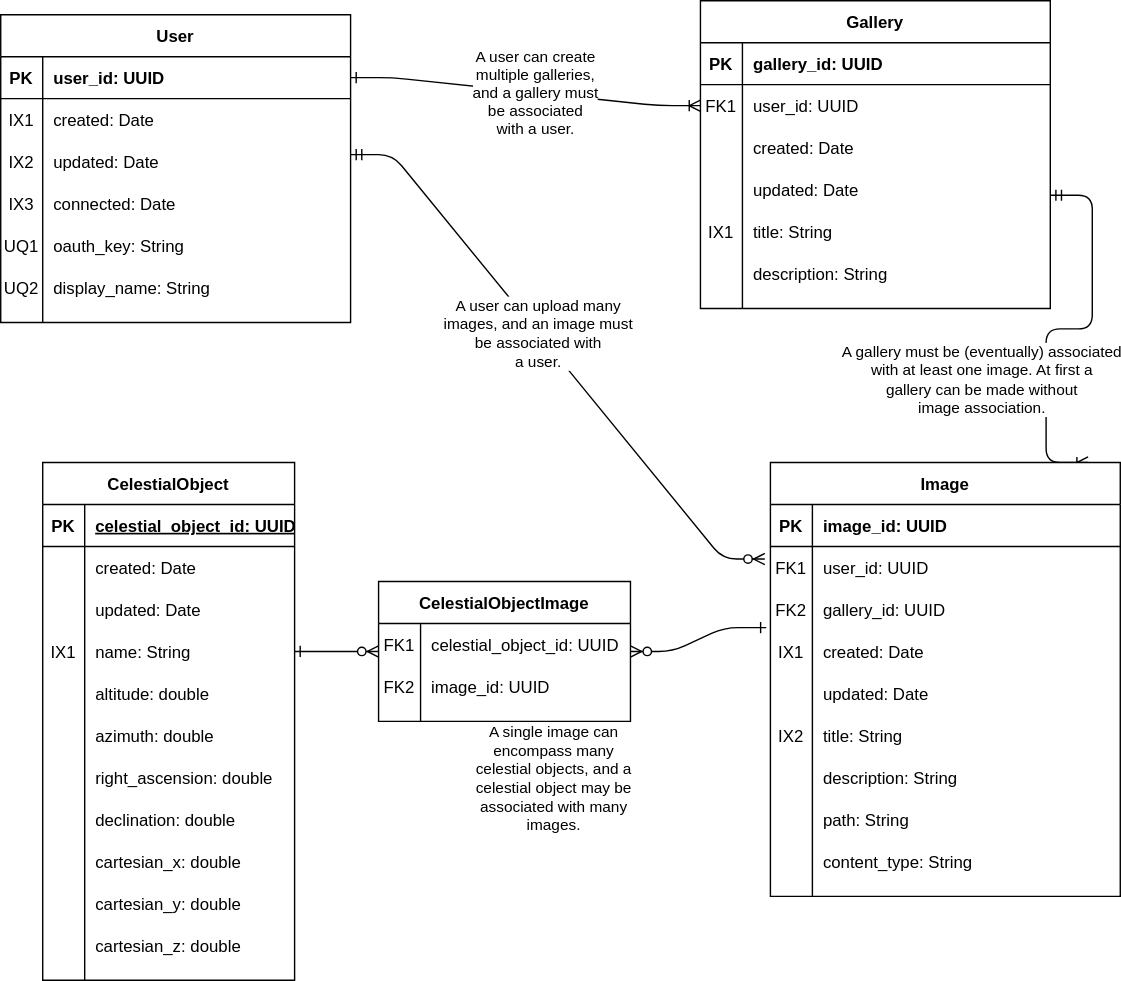
Earlier version of the draw.io export docs/img/erd.svg (north-star-sharing/north-star-sharing.github.io). Source tidied: cells renumbered, new cells last; positions are measured from the earlier drawing's top-left corner, leaving out a move shared by most shapes.
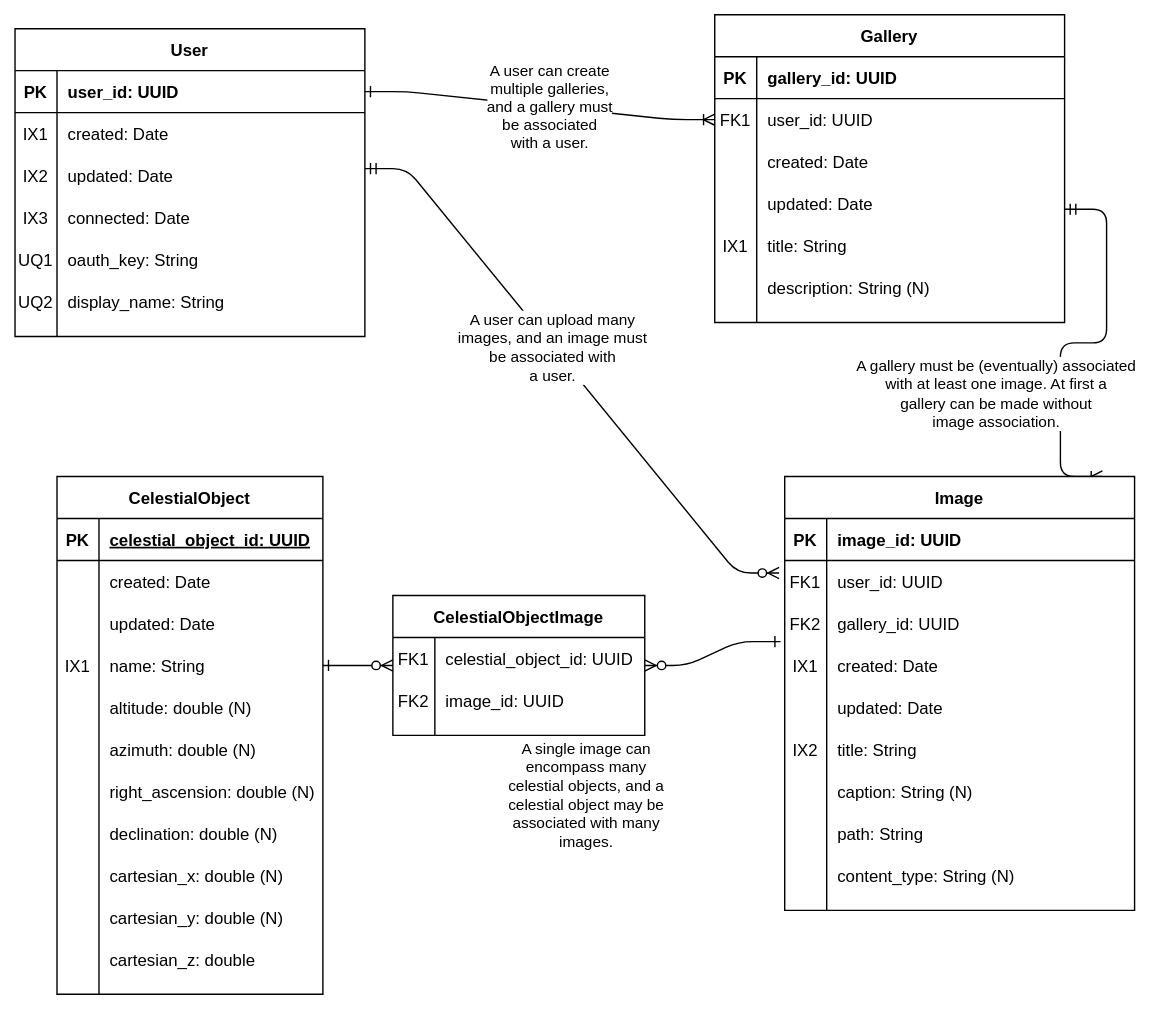
Later version of the same file.

Change to the diagram source:
```diff
@@ -73,7 +73,7 @@
     <mxCell id="23" style="shape=partialRectangle;overflow=hidden;fillColor=none;top=0;left=0;bottom=0;right=0;" parent="22" vertex="1">
       <mxGeometry width="30" height="30" as="geometry" />
     </mxCell>
-    <mxCell id="24" value="description: String" style="shape=partialRectangle;overflow=hidden;fillColor=none;top=0;left=0;bottom=0;right=0;align=left;spacingLeft=6;" parent="22" vertex="1">
+    <mxCell id="24" value="description: String (N)" style="shape=partialRectangle;overflow=hidden;fillColor=none;top=0;left=0;bottom=0;right=0;align=left;spacingLeft=6;" parent="22" vertex="1">
       <mxGeometry x="30" width="220" height="30" as="geometry" />
     </mxCell>
     <mxCell id="25" value="Image" style="shape=table;startSize=30;rowLines=0;fontStyle=1;align=center;" parent="1" vertex="1">
@@ -139,7 +139,7 @@
     <mxCell id="45" style="shape=partialRectangle;overflow=hidden;fillColor=none;top=0;left=0;bottom=0;right=0;" parent="44" vertex="1">
       <mxGeometry width="30" height="30" as="geometry" />
     </mxCell>
-    <mxCell id="46" value="description: String" style="shape=partialRectangle;overflow=hidden;fillColor=none;top=0;left=0;bottom=0;right=0;align=left;spacingLeft=6;" parent="44" vertex="1">
+    <mxCell id="46" value="caption: String (N)" style="shape=partialRectangle;overflow=hidden;fillColor=none;top=0;left=0;bottom=0;right=0;align=left;spacingLeft=6;" parent="44" vertex="1">
       <mxGeometry x="30" width="220" height="30" as="geometry" />
     </mxCell>
     <mxCell id="47" style="shape=partialRectangle;fillColor=none;top=0;left=0;right=0;bottom=0;" parent="25" vertex="1">
@@ -157,7 +157,7 @@
     <mxCell id="51" style="shape=partialRectangle;overflow=hidden;fillColor=none;top=0;left=0;bottom=0;right=0;" parent="50" vertex="1">
       <mxGeometry width="30" height="30" as="geometry" />
     </mxCell>
-    <mxCell id="52" value="content_type: String" style="shape=partialRectangle;overflow=hidden;fillColor=none;top=0;left=0;bottom=0;right=0;align=left;spacingLeft=6;" parent="50" vertex="1">
+    <mxCell id="52" value="content_type: String (N)" style="shape=partialRectangle;overflow=hidden;fillColor=none;top=0;left=0;bottom=0;right=0;align=left;spacingLeft=6;" parent="50" vertex="1">
       <mxGeometry x="30" width="220" height="30" as="geometry" />
     </mxCell>
     <mxCell id="53" value="User" style="shape=table;startSize=30;rowLines=0;fontStyle=1;align=center;" parent="1" vertex="1">
@@ -226,106 +226,106 @@
       <mxGeometry x="-0.11" relative="1" as="geometry" />
     </mxCell>
     <mxCell id="74" value="CelestialObject" style="shape=table;startSize=30;rowLines=0;fontStyle=1;align=center;" parent="1" vertex="1">
-      <mxGeometry x="30" y="330" width="180" height="370" as="geometry" />
+      <mxGeometry x="30" y="330" width="190" height="370" as="geometry" />
     </mxCell>
     <mxCell id="75" style="shape=partialRectangle;fillColor=none;top=0;left=0;bottom=1;right=0;" parent="74" vertex="1">
-      <mxGeometry y="30" width="180" height="30" as="geometry" />
+      <mxGeometry y="30" width="190" height="30" as="geometry" />
     </mxCell>
     <mxCell id="76" value="PK" style="shape=partialRectangle;fillColor=none;top=0;left=0;bottom=0;right=0;fontStyle=1;overflow=hidden;" parent="75" vertex="1">
       <mxGeometry width="30" height="30" as="geometry" />
     </mxCell>
     <mxCell id="77" value="celestial_object_id: UUID" style="shape=partialRectangle;fillColor=none;top=0;left=0;bottom=0;right=0;align=left;spacingLeft=6;fontStyle=5;overflow=hidden;" parent="75" vertex="1">
-      <mxGeometry x="30" width="150" height="30" as="geometry" />
+      <mxGeometry x="30" width="160" height="30" as="geometry" />
     </mxCell>
     <mxCell id="78" style="shape=partialRectangle;fillColor=none;top=0;left=0;right=0;bottom=0;" parent="74" vertex="1">
-      <mxGeometry y="60" width="180" height="30" as="geometry" />
+      <mxGeometry y="60" width="190" height="30" as="geometry" />
     </mxCell>
     <mxCell id="79" style="shape=partialRectangle;overflow=hidden;fillColor=none;top=0;left=0;bottom=0;right=0;" parent="78" vertex="1">
       <mxGeometry width="30" height="30" as="geometry" />
     </mxCell>
     <mxCell id="80" value="created: Date" style="shape=partialRectangle;overflow=hidden;fillColor=none;top=0;left=0;bottom=0;right=0;align=left;spacingLeft=6;" parent="78" vertex="1">
-      <mxGeometry x="30" width="150" height="30" as="geometry" />
+      <mxGeometry x="30" width="160" height="30" as="geometry" />
     </mxCell>
     <mxCell id="81" style="shape=partialRectangle;fillColor=none;top=0;left=0;right=0;bottom=0;" parent="74" vertex="1">
-      <mxGeometry y="90" width="180" height="30" as="geometry" />
+      <mxGeometry y="90" width="190" height="30" as="geometry" />
     </mxCell>
     <mxCell id="82" style="shape=partialRectangle;overflow=hidden;fillColor=none;top=0;left=0;bottom=0;right=0;" parent="81" vertex="1">
       <mxGeometry width="30" height="30" as="geometry" />
     </mxCell>
     <mxCell id="83" value="updated: Date" style="shape=partialRectangle;overflow=hidden;fillColor=none;top=0;left=0;bottom=0;right=0;align=left;spacingLeft=6;" parent="81" vertex="1">
-      <mxGeometry x="30" width="150" height="30" as="geometry" />
+      <mxGeometry x="30" width="160" height="30" as="geometry" />
     </mxCell>
     <mxCell id="84" style="shape=partialRectangle;fillColor=none;top=0;left=0;bottom=0;right=0;points=[[0,0.5],[1,0.5]];portConstraint=eastwest;" parent="74" vertex="1">
-      <mxGeometry y="120" width="180" height="30" as="geometry" />
+      <mxGeometry y="120" width="190" height="30" as="geometry" />
     </mxCell>
     <mxCell id="85" value="IX1" style="shape=partialRectangle;fillColor=none;top=0;left=0;bottom=0;right=0;overflow=hidden;" parent="84" vertex="1">
       <mxGeometry width="30" height="30" as="geometry" />
     </mxCell>
     <mxCell id="86" value="name: String" style="shape=partialRectangle;fillColor=none;top=0;left=0;bottom=0;right=0;align=left;spacingLeft=6;overflow=hidden;" parent="84" vertex="1">
-      <mxGeometry x="30" width="150" height="30" as="geometry" />
+      <mxGeometry x="30" width="160" height="30" as="geometry" />
     </mxCell>
     <mxCell id="87" style="shape=partialRectangle;fillColor=none;top=0;left=0;right=0;bottom=0;" parent="74" vertex="1">
-      <mxGeometry y="150" width="180" height="30" as="geometry" />
+      <mxGeometry y="150" width="190" height="30" as="geometry" />
     </mxCell>
     <mxCell id="88" style="shape=partialRectangle;overflow=hidden;fillColor=none;top=0;left=0;bottom=0;right=0;" parent="87" vertex="1">
       <mxGeometry width="30" height="30" as="geometry" />
     </mxCell>
-    <mxCell id="89" value="altitude: double" style="shape=partialRectangle;overflow=hidden;fillColor=none;top=0;left=0;bottom=0;right=0;align=left;spacingLeft=6;" parent="87" vertex="1">
-      <mxGeometry x="30" width="150" height="30" as="geometry" />
+    <mxCell id="89" value="altitude: double (N)" style="shape=partialRectangle;overflow=hidden;fillColor=none;top=0;left=0;bottom=0;right=0;align=left;spacingLeft=6;" parent="87" vertex="1">
+      <mxGeometry x="30" width="160" height="30" as="geometry" />
     </mxCell>
     <mxCell id="90" style="shape=partialRectangle;fillColor=none;top=0;left=0;right=0;bottom=0;" parent="74" vertex="1">
-      <mxGeometry y="180" width="180" height="30" as="geometry" />
+      <mxGeometry y="180" width="190" height="30" as="geometry" />
     </mxCell>
     <mxCell id="91" style="shape=partialRectangle;overflow=hidden;fillColor=none;top=0;left=0;bottom=0;right=0;" parent="90" vertex="1">
       <mxGeometry width="30" height="30" as="geometry" />
     </mxCell>
-    <mxCell id="92" value="azimuth: double" style="shape=partialRectangle;overflow=hidden;fillColor=none;top=0;left=0;bottom=0;right=0;align=left;spacingLeft=6;" parent="90" vertex="1">
-      <mxGeometry x="30" width="150" height="30" as="geometry" />
+    <mxCell id="92" value="azimuth: double (N)" style="shape=partialRectangle;overflow=hidden;fillColor=none;top=0;left=0;bottom=0;right=0;align=left;spacingLeft=6;" parent="90" vertex="1">
+      <mxGeometry x="30" width="160" height="30" as="geometry" />
     </mxCell>
     <mxCell id="93" style="shape=partialRectangle;fillColor=none;top=0;left=0;right=0;bottom=0;" parent="74" vertex="1">
-      <mxGeometry y="210" width="180" height="30" as="geometry" />
+      <mxGeometry y="210" width="190" height="30" as="geometry" />
     </mxCell>
     <mxCell id="94" style="shape=partialRectangle;overflow=hidden;fillColor=none;top=0;left=0;bottom=0;right=0;" parent="93" vertex="1">
       <mxGeometry width="30" height="30" as="geometry" />
     </mxCell>
-    <mxCell id="95" value="right_ascension: double" style="shape=partialRectangle;overflow=hidden;fillColor=none;top=0;left=0;bottom=0;right=0;align=left;spacingLeft=6;" parent="93" vertex="1">
-      <mxGeometry x="30" width="150" height="30" as="geometry" />
+    <mxCell id="95" value="right_ascension: double (N)" style="shape=partialRectangle;overflow=hidden;fillColor=none;top=0;left=0;bottom=0;right=0;align=left;spacingLeft=6;" parent="93" vertex="1">
+      <mxGeometry x="30" width="160" height="30" as="geometry" />
     </mxCell>
     <mxCell id="96" style="shape=partialRectangle;fillColor=none;top=0;left=0;right=0;bottom=0;" parent="74" vertex="1">
-      <mxGeometry y="240" width="180" height="30" as="geometry" />
+      <mxGeometry y="240" width="190" height="30" as="geometry" />
     </mxCell>
     <mxCell id="97" style="shape=partialRectangle;overflow=hidden;fillColor=none;top=0;left=0;bottom=0;right=0;" parent="96" vertex="1">
       <mxGeometry width="30" height="30" as="geometry" />
     </mxCell>
-    <mxCell id="98" value="declination: double" style="shape=partialRectangle;overflow=hidden;fillColor=none;top=0;left=0;bottom=0;right=0;align=left;spacingLeft=6;" parent="96" vertex="1">
-      <mxGeometry x="30" width="150" height="30" as="geometry" />
+    <mxCell id="98" value="declination: double (N)" style="shape=partialRectangle;overflow=hidden;fillColor=none;top=0;left=0;bottom=0;right=0;align=left;spacingLeft=6;" parent="96" vertex="1">
+      <mxGeometry x="30" width="160" height="30" as="geometry" />
     </mxCell>
     <mxCell id="99" style="shape=partialRectangle;fillColor=none;top=0;left=0;right=0;bottom=0;" parent="74" vertex="1">
-      <mxGeometry y="270" width="180" height="30" as="geometry" />
+      <mxGeometry y="270" width="190" height="30" as="geometry" />
     </mxCell>
     <mxCell id="100" style="shape=partialRectangle;overflow=hidden;fillColor=none;top=0;left=0;bottom=0;right=0;" parent="99" vertex="1">
       <mxGeometry width="30" height="30" as="geometry" />
     </mxCell>
-    <mxCell id="101" value="cartesian_x: double" style="shape=partialRectangle;overflow=hidden;fillColor=none;top=0;left=0;bottom=0;right=0;align=left;spacingLeft=6;" parent="99" vertex="1">
-      <mxGeometry x="30" width="150" height="30" as="geometry" />
+    <mxCell id="101" value="cartesian_x: double (N)" style="shape=partialRectangle;overflow=hidden;fillColor=none;top=0;left=0;bottom=0;right=0;align=left;spacingLeft=6;" parent="99" vertex="1">
+      <mxGeometry x="30" width="160" height="30" as="geometry" />
     </mxCell>
     <mxCell id="102" style="shape=partialRectangle;fillColor=none;top=0;left=0;right=0;bottom=0;" parent="74" vertex="1">
-      <mxGeometry y="300" width="180" height="30" as="geometry" />
+      <mxGeometry y="300" width="190" height="30" as="geometry" />
     </mxCell>
     <mxCell id="103" style="shape=partialRectangle;overflow=hidden;fillColor=none;top=0;left=0;bottom=0;right=0;" parent="102" vertex="1">
       <mxGeometry width="30" height="30" as="geometry" />
     </mxCell>
-    <mxCell id="104" value="cartesian_y: double" style="shape=partialRectangle;overflow=hidden;fillColor=none;top=0;left=0;bottom=0;right=0;align=left;spacingLeft=6;" parent="102" vertex="1">
-      <mxGeometry x="30" width="150" height="30" as="geometry" />
+    <mxCell id="104" value="cartesian_y: double (N)" style="shape=partialRectangle;overflow=hidden;fillColor=none;top=0;left=0;bottom=0;right=0;align=left;spacingLeft=6;" parent="102" vertex="1">
+      <mxGeometry x="30" width="160" height="30" as="geometry" />
     </mxCell>
     <mxCell id="105" style="shape=partialRectangle;fillColor=none;top=0;left=0;right=0;bottom=0;" parent="74" vertex="1">
-      <mxGeometry y="330" width="180" height="30" as="geometry" />
+      <mxGeometry y="330" width="190" height="30" as="geometry" />
     </mxCell>
     <mxCell id="106" style="shape=partialRectangle;overflow=hidden;fillColor=none;top=0;left=0;bottom=0;right=0;" parent="105" vertex="1">
       <mxGeometry width="30" height="30" as="geometry" />
     </mxCell>
     <mxCell id="107" value="cartesian_z: double" style="shape=partialRectangle;overflow=hidden;fillColor=none;top=0;left=0;bottom=0;right=0;align=left;spacingLeft=6;" parent="105" vertex="1">
-      <mxGeometry x="30" width="150" height="30" as="geometry" />
+      <mxGeometry x="30" width="160" height="30" as="geometry" />
     </mxCell>
     <mxCell id="108" style="edgeStyle=entityRelationEdgeStyle;fontSize=12;html=1;endArrow=ERzeroToMany;startArrow=ERone;exitX=1;exitY=0.5;exitDx=0;exitDy=0;entryX=0;entryY=0.5;entryDx=0;entryDy=0;startFill=0;endFill=1;" parent="1" edge="1" source="84" target="110">
       <mxGeometry relative="1" as="geometry" />
```
